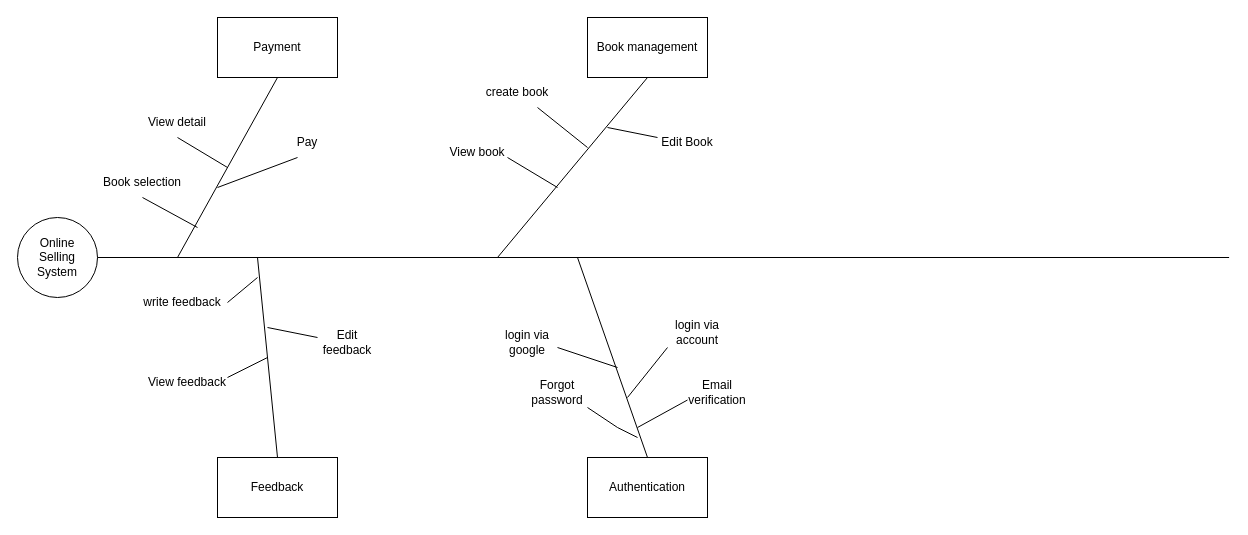
Earlier version of the draw.io diagram feature tree.drawio (assignment1prf192/source). Source tidied: cells renumbered, new cells numbered last; positions are measured from the earlier drawing's top-left corner, leaving out a move shared by most shapes. Both pictures are drawn from the tidied source at 100%, with x=0, y=0 at pixel (17, 17).
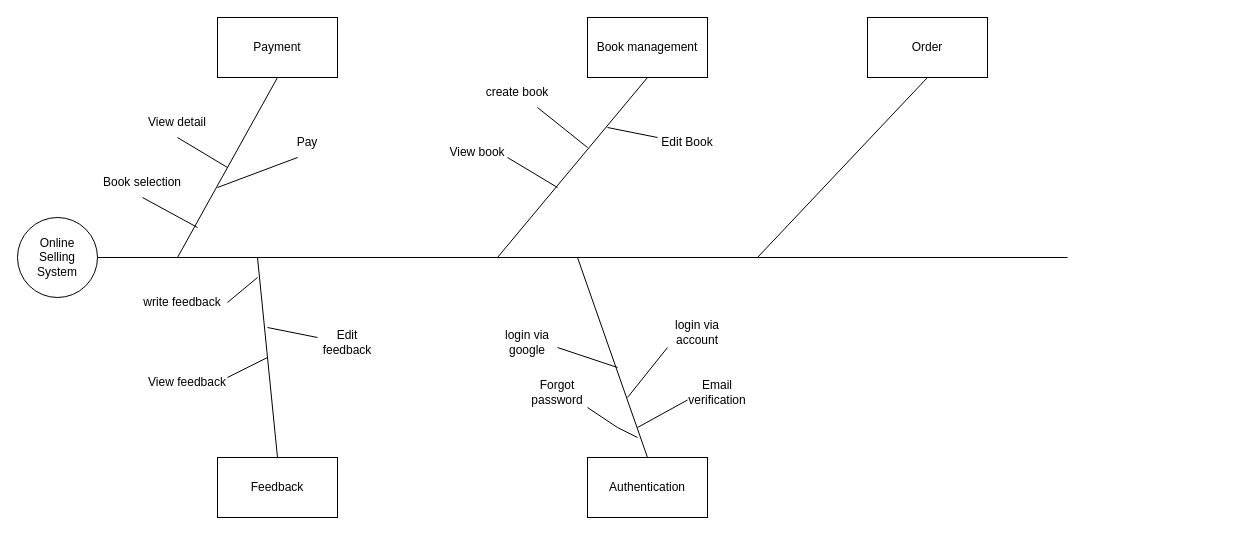
Above is the later version.

Unchanged cells that the change refers to:
```xml
<mxCell id="2" value="Online&lt;br&gt;Selling&lt;br&gt;System" style="ellipse;whiteSpace=wrap;html=1;" parent="1" vertex="1">
  <mxGeometry y="200" width="80" height="80" as="geometry" />
</mxCell>
```

The edit, as a diff of the source:
```diff
@@
     <mxCell id="3" style="endArrow=none;html=1;rounded=0;exitX=1;exitY=0.5;exitDx=0;exitDy=0;" parent="1" edge="1" source="2">
       <mxGeometry relative="1" as="geometry">
-        <mxPoint x="1211.6" y="240" as="targetPoint" />
+        <mxPoint x="1050" y="240" as="targetPoint" />
       </mxGeometry>
     </mxCell>
@@
+    <mxCell id="38" value="Order" style="rounded=0;whiteSpace=wrap;html=1;" parent="1" vertex="1">
+      <mxGeometry x="850" width="120" height="60" as="geometry" />
+    </mxCell>
+    <mxCell id="39" style="endArrow=none;html=1;rounded=0;entryX=0.5;entryY=1;entryDx=0;entryDy=0;" parent="1" edge="1" target="38">
+      <mxGeometry relative="1" as="geometry">
+        <mxPoint x="740" y="240" as="sourcePoint" />
+      </mxGeometry>
+    </mxCell>
```
